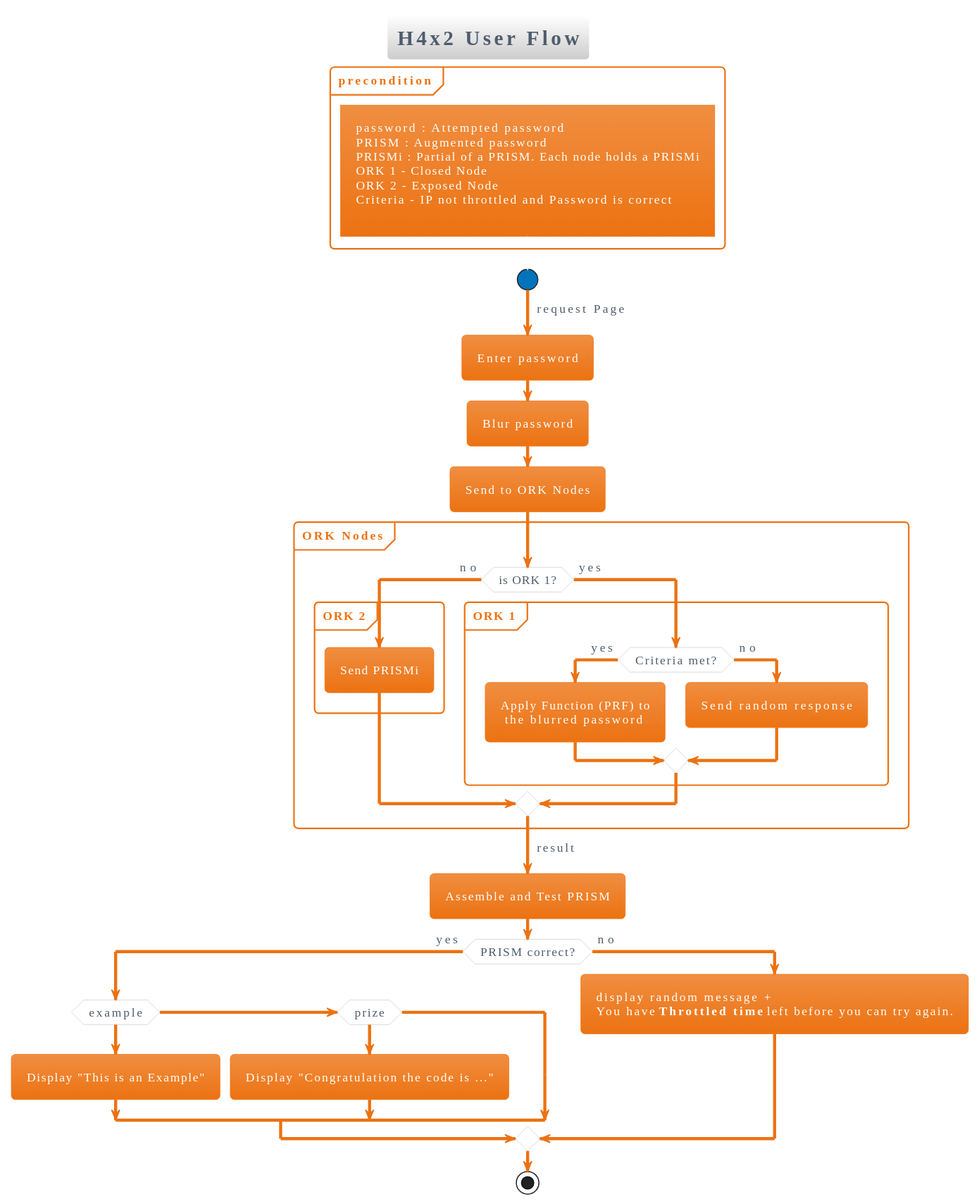
Before: diagrams/svg/H4x2_userflow.svg, a diagram exported from PlantUML (tide-foundation/Tide-h4x2).
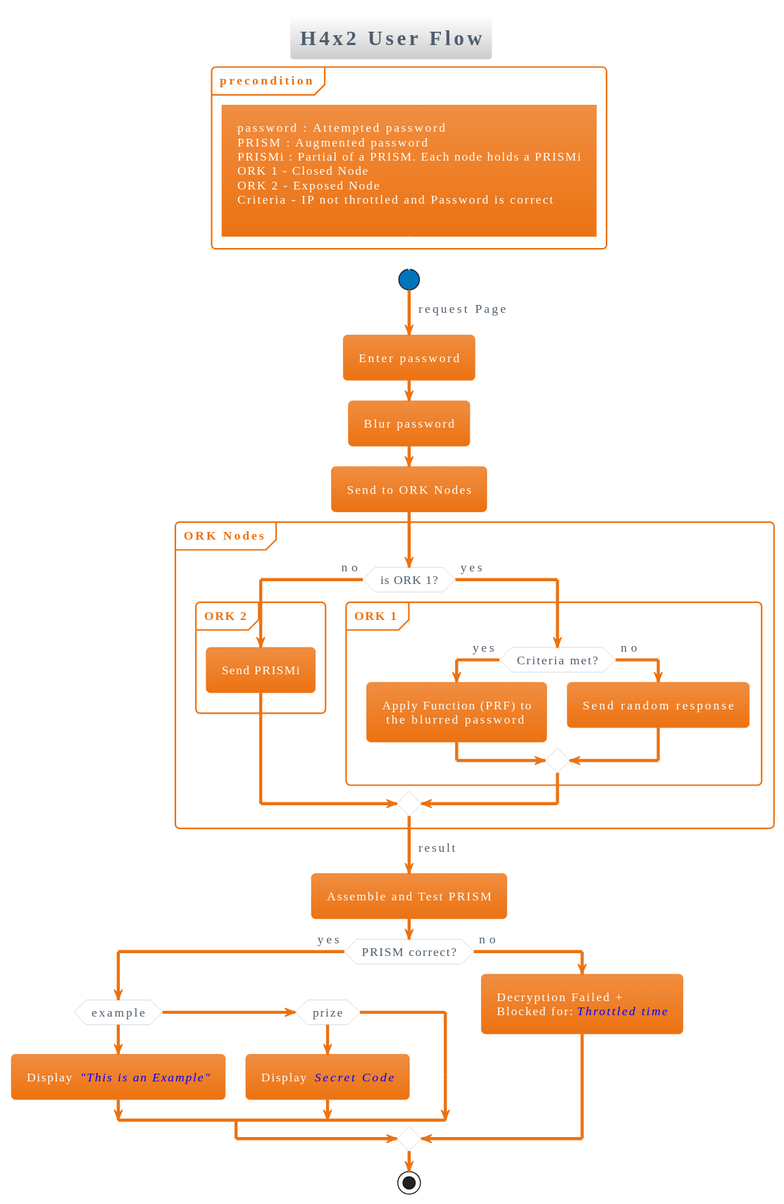
Later version of the same file.

Commit message:
:rocket: Adding Generated PlantUML Diagrams

What changed in the source:
```diff
@@ -41,12 +41,12 @@
 :Assemble and Test PRISM;
 if (PRISM correct?) then (yes)
     if (example) then
-        :Display "This is an Example";
+        :Display //<color blue> "This is an Example"//;
         elseif(prize) then
-        :Display "Congratulation the code is ...";
+        :Display //<color blue> Secret Code//;
     endif
     else (no)
-        :display random message + \nYou have **Throttled time** left before you can try again.;
+        :Decryption Failed + \nBlocked for: <color blue>//Throttled time//;
 endif
 
 
```
